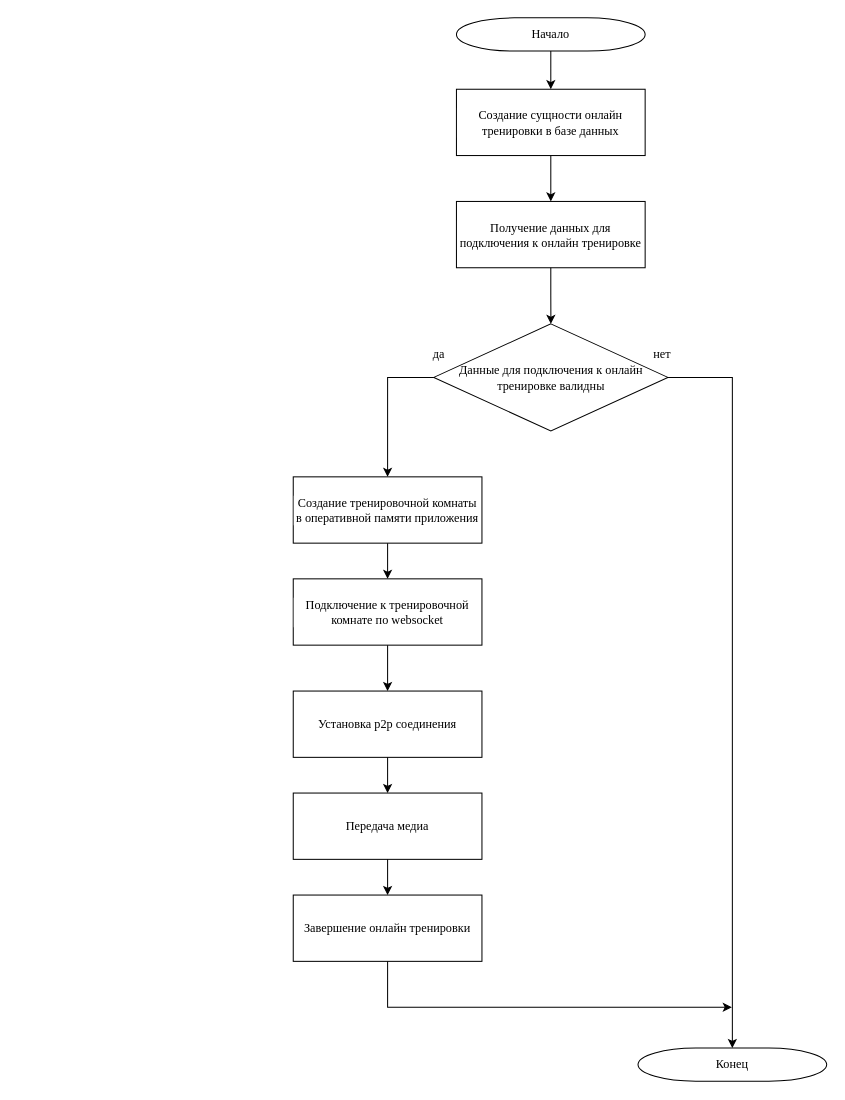
Above: doc_diploma/my/Алгоритм2_онлайн_тренировки.drawio in DanKo-code/Fitness-Center-Mono (draw.io), before the change. Source tidied: cells renumbered, new cells numbered last; positions are measured from the earlier drawing's top-left corner, leaving out a move shared by most shapes. Both pictures are drawn from the tidied source at 102%, with x=0, y=0 at pixel (293, 17).
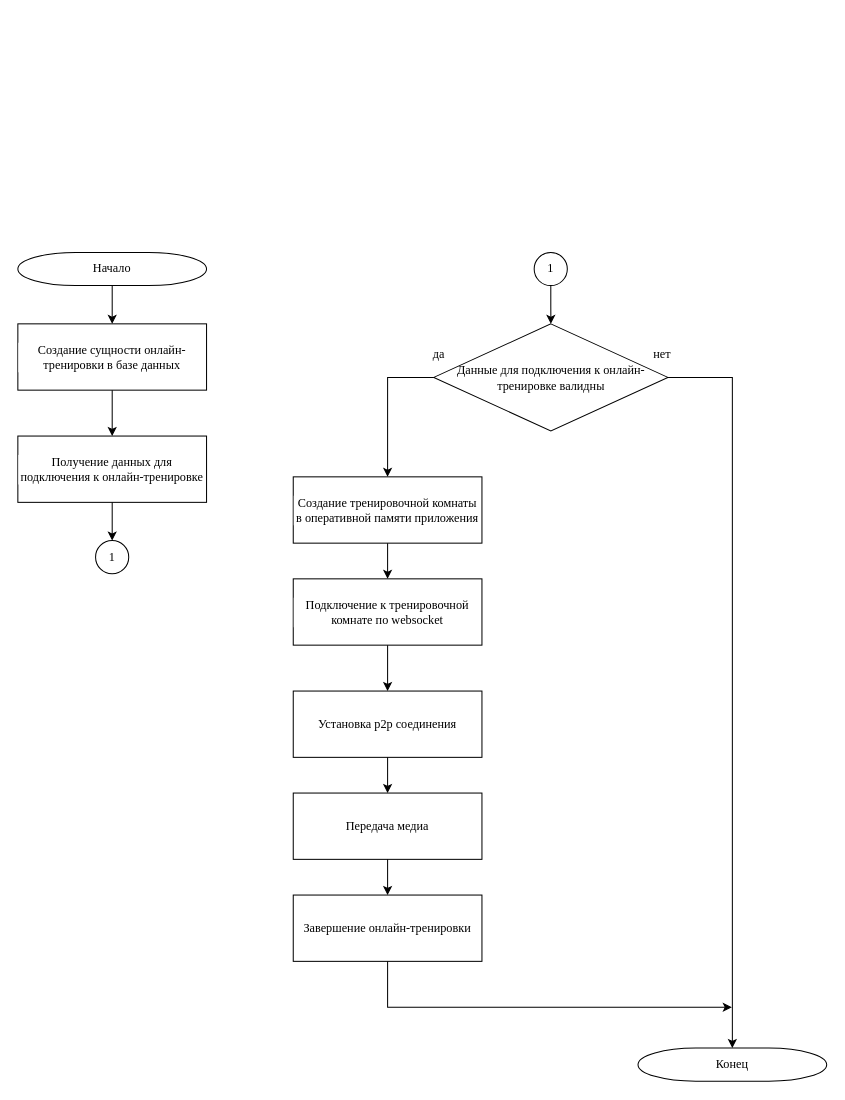
The same diagram, later.

What changed in the source:
```diff
@@
     <mxCell id="3" value="Начало" style="strokeWidth=1;html=1;shape=mxgraph.flowchart.terminator;whiteSpace=wrap;labelBackgroundColor=#FFFFFF;labelBorderColor=none;strokeColor=#000000;fontFamily=Times New Roman;fontSize=12;fontColor=#000000;fillColor=none;fontStyle=0;" parent="1" vertex="1">
-      <mxGeometry x="160" width="185" height="32.5" as="geometry" />
+      <mxGeometry x="-270" y="230" width="185" height="32.5" as="geometry" />
     </mxCell>
@@
-    <mxCell id="5" value="Создание сущности онлайн тренировки в базе данных" style="rounded=0;whiteSpace=wrap;html=1;labelBackgroundColor=#FFFFFF;labelBorderColor=none;strokeColor=#000000;strokeWidth=1;fontFamily=Times New Roman;fontSize=12;fontColor=#000000;fillColor=none;fontStyle=0;" parent="1" vertex="1">
-      <mxGeometry x="160" y="70" width="185" height="65" as="geometry" />
+    <mxCell id="5" value="Создание сущности онлайн-тренировки в базе данных" style="rounded=0;whiteSpace=wrap;html=1;labelBackgroundColor=#FFFFFF;labelBorderColor=none;strokeColor=#000000;strokeWidth=1;fontFamily=Times New Roman;fontSize=12;fontColor=#000000;fillColor=none;fontStyle=0;" parent="1" vertex="1">
+      <mxGeometry x="-270" y="300" width="185" height="65" as="geometry" />
     </mxCell>
@@
-    <mxCell id="15" value="Завершение онлайн тренировки" style="rounded=0;whiteSpace=wrap;html=1;labelBackgroundColor=#FFFFFF;labelBorderColor=none;strokeColor=#000000;strokeWidth=1;fontFamily=Times New Roman;fontSize=12;fontColor=#000000;fillColor=none;fontStyle=0;" parent="1" vertex="1">
+    <mxCell id="15" value="Завершение онлайн-тренировки" style="rounded=0;whiteSpace=wrap;html=1;labelBackgroundColor=#FFFFFF;labelBorderColor=none;strokeColor=#000000;strokeWidth=1;fontFamily=Times New Roman;fontSize=12;fontColor=#000000;fillColor=none;fontStyle=0;" parent="1" vertex="1">
       <mxGeometry y="860" width="185" height="65" as="geometry" />
     </mxCell>
@@
-    <mxCell id="18" value="Данные для подключения к онлайн тренировке валидны" style="strokeWidth=1;html=1;shape=mxgraph.flowchart.decision;whiteSpace=wrap;labelBackgroundColor=none;labelBorderColor=none;strokeColor=#000000;fontFamily=Times New Roman;fontSize=12;fontColor=#000000;fillColor=none;fontStyle=0;" parent="1" vertex="1">
+    <mxCell id="18" value="Данные для подключения к онлайн-тренировке валидны" style="strokeWidth=1;html=1;shape=mxgraph.flowchart.decision;whiteSpace=wrap;labelBackgroundColor=none;labelBorderColor=none;strokeColor=#000000;fontFamily=Times New Roman;fontSize=12;fontColor=#000000;fillColor=none;fontStyle=0;" parent="1" vertex="1">
       <mxGeometry x="137.8" y="300" width="229.5" height="105" as="geometry" />
     </mxCell>
@@
-    <mxCell id="20" style="edgeStyle=orthogonalEdgeStyle;rounded=0;jettySize=auto;html=1;" parent="1" edge="1" source="21" target="18">
-      <mxGeometry relative="1" as="geometry" />
-    </mxCell>
+    <mxCell id="24" style="edgeStyle=orthogonalEdgeStyle;rounded=0;jettySize=auto;html=1;" parent="1" edge="1" source="21" target="25">
+      <mxGeometry relative="1" as="geometry" />
+    </mxCell>
-    <mxCell id="21" value="Получение данных для подключения к онлайн тренировке" style="rounded=0;whiteSpace=wrap;html=1;labelBackgroundColor=#FFFFFF;labelBorderColor=none;strokeColor=#000000;strokeWidth=1;fontFamily=Times New Roman;fontSize=12;fontColor=#000000;fillColor=none;fontStyle=0;" parent="1" vertex="1">
-      <mxGeometry x="160" y="180" width="185" height="65" as="geometry" />
+    <mxCell id="21" value="Получение данных для подключения к онлайн-тренировке" style="rounded=0;whiteSpace=wrap;html=1;labelBackgroundColor=#FFFFFF;labelBorderColor=none;strokeColor=#000000;strokeWidth=1;fontFamily=Times New Roman;fontSize=12;fontColor=#000000;fillColor=none;fontStyle=0;" parent="1" vertex="1">
+      <mxGeometry x="-270" y="410" width="185" height="65" as="geometry" />
     </mxCell>
@@
+    <mxCell id="25" value="1" style="strokeWidth=1;html=1;shape=mxgraph.flowchart.start_2;whiteSpace=wrap;labelBackgroundColor=#FFFFFF;labelBorderColor=none;strokeColor=#000000;fontFamily=Times New Roman;fontSize=12;fontColor=#000000;fillColor=none;fontStyle=0;" parent="1" vertex="1">
+      <mxGeometry x="-193.8" y="512.5" width="32.5" height="32.5" as="geometry" />
+    </mxCell>
+    <mxCell id="26" style="edgeStyle=orthogonalEdgeStyle;rounded=0;jettySize=auto;html=1;" parent="1" edge="1" source="27" target="18">
+      <mxGeometry relative="1" as="geometry" />
+    </mxCell>
+    <mxCell id="27" value="1" style="strokeWidth=1;html=1;shape=mxgraph.flowchart.start_2;whiteSpace=wrap;labelBackgroundColor=#FFFFFF;labelBorderColor=none;strokeColor=#000000;fontFamily=Times New Roman;fontSize=12;fontColor=#000000;fillColor=none;fontStyle=0;" parent="1" vertex="1">
+      <mxGeometry x="236.2" y="230" width="32.5" height="32.5" as="geometry" />
+    </mxCell>
```
